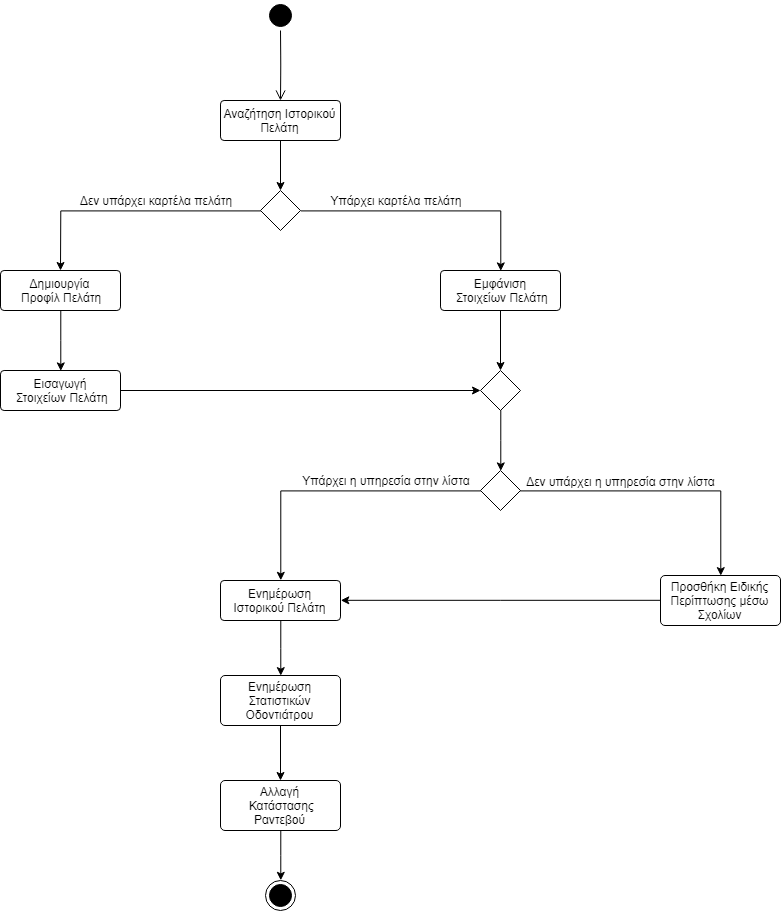
The draw.io diagram R2/uc1-activity-diagram.png in GeorgeFotopoulos/Dentist-App, before a commit. Source tidied: cells renumbered, new cells last; positions are measured from the earlier drawing's top-left corner, leaving out a move shared by most shapes. Source of this version:
```xml
<mxGraphModel>
  <root>
    <mxCell id="0" />
    <mxCell id="1" parent="0" />
    <mxCell id="2" style="ellipse;html=1;shape=startState;fillColor=#000000;strokeColor=#000000;" parent="1" vertex="1">
      <mxGeometry x="265" width="30" height="30" as="geometry" />
    </mxCell>
    <mxCell id="3" style="edgeStyle=orthogonalEdgeStyle;html=1;verticalAlign=bottom;endArrow=open;endSize=8;strokeColor=#000000;" parent="1" edge="1" source="2">
      <mxGeometry relative="1" as="geometry">
        <mxPoint x="280" y="100" as="targetPoint" />
      </mxGeometry>
    </mxCell>
    <mxCell id="4" style="edgeStyle=orthogonalEdgeStyle;rounded=0;jettySize=auto;html=1;exitX=0;exitY=0.5;exitDx=0;exitDy=0;strokeColor=#000000;" parent="1" edge="1" source="6">
      <mxGeometry relative="1" as="geometry">
        <mxPoint x="60" y="270" as="targetPoint" />
      </mxGeometry>
    </mxCell>
    <mxCell id="5" style="edgeStyle=orthogonalEdgeStyle;rounded=0;jettySize=auto;html=1;exitX=1;exitY=0.5;exitDx=0;exitDy=0;strokeColor=#000000;" parent="1" edge="1" source="6">
      <mxGeometry relative="1" as="geometry">
        <mxPoint x="500" y="270" as="targetPoint" />
        <Array as="points">
          <mxPoint x="500" y="210" />
          <mxPoint x="500" y="270" />
        </Array>
      </mxGeometry>
    </mxCell>
    <mxCell id="6" style="rhombus;whiteSpace=wrap;html=1;strokeColor=#000000;" parent="1" vertex="1">
      <mxGeometry x="260" y="190" width="40" height="40" as="geometry" />
    </mxCell>
    <mxCell id="7" value="Δεν υπάρχει καρτέλα πελάτη" style="text;html=1;strokeColor=none;fillColor=none;align=center;verticalAlign=middle;whiteSpace=wrap;rounded=0;" parent="1" vertex="1">
      <mxGeometry x="60" y="190" width="190" height="20" as="geometry" />
    </mxCell>
    <mxCell id="8" value="Υπάρχει καρτέλα πελάτη" style="text;html=1;strokeColor=none;fillColor=none;align=center;verticalAlign=middle;whiteSpace=wrap;rounded=0;" parent="1" vertex="1">
      <mxGeometry x="300" y="190" width="190" height="20" as="geometry" />
    </mxCell>
    <mxCell id="9" style="edgeStyle=orthogonalEdgeStyle;rounded=0;jettySize=auto;html=1;strokeColor=#000000;" parent="1" edge="1" source="10" target="6">
      <mxGeometry relative="1" as="geometry" />
    </mxCell>
    <mxCell id="10" value="Αναζήτηση Ιστορικού Πελάτη" style="rounded=1;whiteSpace=wrap;html=1;strokeColor=#000000;arcSize=9;" parent="1" vertex="1">
      <mxGeometry x="220" y="100" width="120" height="40" as="geometry" />
    </mxCell>
    <mxCell id="11" style="edgeStyle=orthogonalEdgeStyle;rounded=0;jettySize=auto;html=1;strokeColor=#000000;" parent="1" edge="1" source="12">
      <mxGeometry relative="1" as="geometry">
        <mxPoint x="500" y="370" as="targetPoint" />
      </mxGeometry>
    </mxCell>
    <mxCell id="12" value="Εμφάνιση&lt;br&gt;&amp;nbsp;Στοιχείων Πελάτη" style="rounded=1;whiteSpace=wrap;html=1;strokeColor=#000000;arcSize=9;" parent="1" vertex="1">
      <mxGeometry x="440" y="270" width="120" height="40" as="geometry" />
    </mxCell>
    <mxCell id="13" style="edgeStyle=orthogonalEdgeStyle;rounded=0;jettySize=auto;html=1;strokeColor=#000000;exitX=0;exitY=0.5;exitDx=0;exitDy=0;entryX=0.5;entryY=0;entryDx=0;entryDy=0;" parent="1" edge="1" source="15" target="21">
      <mxGeometry relative="1" as="geometry">
        <Array as="points">
          <mxPoint x="280" y="490" />
        </Array>
      </mxGeometry>
    </mxCell>
    <mxCell id="14" style="edgeStyle=orthogonalEdgeStyle;rounded=0;jettySize=auto;html=1;strokeColor=#000000;entryX=0.5;entryY=0;entryDx=0;entryDy=0;" parent="1" edge="1" source="15" target="19">
      <mxGeometry relative="1" as="geometry" />
    </mxCell>
    <mxCell id="15" style="rhombus;whiteSpace=wrap;html=1;strokeColor=#000000;" parent="1" vertex="1">
      <mxGeometry x="480" y="470" width="40" height="40" as="geometry" />
    </mxCell>
    <mxCell id="16" value="Υπάρχει η υπηρεσία στην λίστα" style="text;html=1;strokeColor=none;fillColor=none;align=center;verticalAlign=middle;whiteSpace=wrap;rounded=0;" parent="1" vertex="1">
      <mxGeometry x="295" y="470" width="180" height="20" as="geometry" />
    </mxCell>
    <mxCell id="17" value="Δεν υπάρχει η υπηρεσία στην λίστα" style="text;html=1;strokeColor=none;fillColor=none;align=center;verticalAlign=middle;whiteSpace=wrap;rounded=0;" parent="1" vertex="1">
      <mxGeometry x="520" y="480" width="200" as="geometry" />
    </mxCell>
    <mxCell id="18" style="edgeStyle=orthogonalEdgeStyle;rounded=0;jettySize=auto;html=1;strokeColor=#000000;entryX=1;entryY=0.5;entryDx=0;entryDy=0;" parent="1" edge="1" source="19" target="21">
      <mxGeometry relative="1" as="geometry" />
    </mxCell>
    <mxCell id="19" value="Προσθήκη Ειδικής Περίπτωσης μέσω Σχολίων" style="rounded=1;whiteSpace=wrap;html=1;strokeColor=#000000;arcSize=9;" parent="1" vertex="1">
      <mxGeometry x="660" y="575" width="120" height="50" as="geometry" />
    </mxCell>
    <mxCell id="20" style="edgeStyle=orthogonalEdgeStyle;rounded=0;jettySize=auto;html=1;entryX=0.5;entryY=0;entryDx=0;entryDy=0;strokeColor=#000000;" parent="1" edge="1" source="21" target="23">
      <mxGeometry relative="1" as="geometry" />
    </mxCell>
    <mxCell id="21" value="Ενημέρωση Ιστορικού Πελάτη" style="rounded=1;whiteSpace=wrap;html=1;strokeColor=#000000;arcSize=9;" parent="1" vertex="1">
      <mxGeometry x="220" y="580" width="120" height="40" as="geometry" />
    </mxCell>
    <mxCell id="22" style="edgeStyle=orthogonalEdgeStyle;rounded=0;jettySize=auto;html=1;strokeColor=#000000;" parent="1" edge="1" source="23">
      <mxGeometry relative="1" as="geometry">
        <mxPoint x="280" y="780" as="targetPoint" />
      </mxGeometry>
    </mxCell>
    <mxCell id="23" value="Ενημέρωση Στατιστικών Οδοντιάτρου" style="rounded=1;whiteSpace=wrap;html=1;strokeColor=#000000;arcSize=9;" parent="1" vertex="1">
      <mxGeometry x="220" y="675" width="120" height="50" as="geometry" />
    </mxCell>
    <mxCell id="24" style="edgeStyle=orthogonalEdgeStyle;rounded=0;jettySize=auto;html=1;entryX=0.5;entryY=0;entryDx=0;entryDy=0;strokeColor=#000000;" parent="1" edge="1" source="25" target="27">
      <mxGeometry relative="1" as="geometry" />
    </mxCell>
    <mxCell id="25" value="Δημιουργία&lt;br&gt;&amp;nbsp;Προφίλ Πελάτη" style="rounded=1;whiteSpace=wrap;html=1;strokeColor=#000000;arcSize=9;" parent="1" vertex="1">
      <mxGeometry y="270" width="120" height="40" as="geometry" />
    </mxCell>
    <mxCell id="26" style="edgeStyle=orthogonalEdgeStyle;rounded=0;jettySize=auto;html=1;strokeColor=#000000;" parent="1" edge="1" source="27">
      <mxGeometry relative="1" as="geometry">
        <mxPoint x="480" y="390" as="targetPoint" />
      </mxGeometry>
    </mxCell>
    <mxCell id="27" value="Εισαγωγή&lt;br&gt;&amp;nbsp;Στοιχείων Πελάτη" style="rounded=1;whiteSpace=wrap;html=1;strokeColor=#000000;arcSize=9;" parent="1" vertex="1">
      <mxGeometry y="370" width="120" height="40" as="geometry" />
    </mxCell>
    <mxCell id="28" style="edgeStyle=orthogonalEdgeStyle;rounded=0;jettySize=auto;html=1;strokeColor=#000000;entryX=0.5;entryY=0;entryDx=0;entryDy=0;" parent="1" edge="1" source="29" target="30">
      <mxGeometry relative="1" as="geometry" />
    </mxCell>
    <mxCell id="29" value="Αλλαγή&lt;br&gt;&amp;nbsp;Κατάστασης Ραντεβού" style="rounded=1;whiteSpace=wrap;html=1;strokeColor=#000000;arcSize=9;" parent="1" vertex="1">
      <mxGeometry x="220" y="780" width="120" height="50" as="geometry" />
    </mxCell>
    <mxCell id="30" style="ellipse;html=1;shape=endState;fillColor=#000000;strokeColor=#000000;" parent="1" vertex="1">
      <mxGeometry x="265" y="880" width="30" height="30" as="geometry" />
    </mxCell>
    <mxCell id="31" style="edgeStyle=orthogonalEdgeStyle;rounded=0;jettySize=auto;html=1;entryX=0.5;entryY=0;entryDx=0;entryDy=0;strokeColor=#000000;" parent="1" edge="1" source="32" target="15">
      <mxGeometry relative="1" as="geometry" />
    </mxCell>
    <mxCell id="32" style="rhombus;whiteSpace=wrap;html=1;strokeColor=#000000;" parent="1" vertex="1">
      <mxGeometry x="480" y="370" width="40" height="40" as="geometry" />
    </mxCell>
  </root>
</mxGraphModel>
```
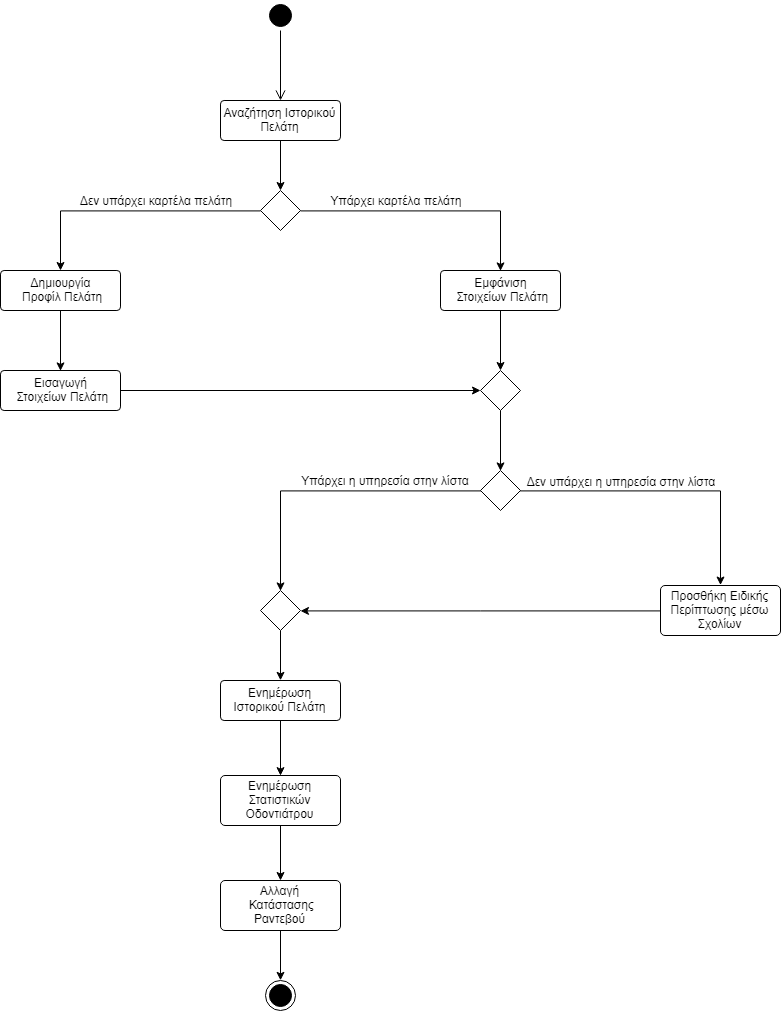
Later version of the same file.

Commit message:
UC1 Activity Diagram Changed

Diff of the diagram source:
```diff
@@ -47,8 +47,9 @@
     <mxCell id="12" value="Εμφάνιση&lt;br&gt;&amp;nbsp;Στοιχείων Πελάτη" style="rounded=1;whiteSpace=wrap;html=1;strokeColor=#000000;arcSize=9;" parent="1" vertex="1">
       <mxGeometry x="440" y="270" width="120" height="40" as="geometry" />
     </mxCell>
-    <mxCell id="13" style="edgeStyle=orthogonalEdgeStyle;rounded=0;jettySize=auto;html=1;strokeColor=#000000;exitX=0;exitY=0.5;exitDx=0;exitDy=0;entryX=0.5;entryY=0;entryDx=0;entryDy=0;" parent="1" edge="1" source="15" target="21">
+    <mxCell id="13" style="edgeStyle=orthogonalEdgeStyle;rounded=0;jettySize=auto;html=1;strokeColor=#000000;" parent="1" edge="1" source="15">
       <mxGeometry relative="1" as="geometry">
+        <mxPoint x="280" y="590" as="targetPoint" />
         <Array as="points">
           <mxPoint x="280" y="490" />
         </Array>
@@ -66,25 +67,25 @@
     <mxCell id="17" value="Δεν υπάρχει η υπηρεσία στην λίστα" style="text;html=1;strokeColor=none;fillColor=none;align=center;verticalAlign=middle;whiteSpace=wrap;rounded=0;" parent="1" vertex="1">
       <mxGeometry x="520" y="480" width="200" as="geometry" />
     </mxCell>
-    <mxCell id="18" style="edgeStyle=orthogonalEdgeStyle;rounded=0;jettySize=auto;html=1;strokeColor=#000000;entryX=1;entryY=0.5;entryDx=0;entryDy=0;" parent="1" edge="1" source="19" target="21">
+    <mxCell id="18" style="edgeStyle=orthogonalEdgeStyle;rounded=0;jettySize=auto;html=1;strokeColor=#000000;entryX=1;entryY=0.5;entryDx=0;entryDy=0;" parent="1" edge="1" source="19" target="34">
       <mxGeometry relative="1" as="geometry" />
     </mxCell>
     <mxCell id="19" value="Προσθήκη Ειδικής Περίπτωσης μέσω Σχολίων" style="rounded=1;whiteSpace=wrap;html=1;strokeColor=#000000;arcSize=9;" parent="1" vertex="1">
-      <mxGeometry x="660" y="575" width="120" height="50" as="geometry" />
+      <mxGeometry x="660" y="585" width="120" height="50" as="geometry" />
     </mxCell>
     <mxCell id="20" style="edgeStyle=orthogonalEdgeStyle;rounded=0;jettySize=auto;html=1;entryX=0.5;entryY=0;entryDx=0;entryDy=0;strokeColor=#000000;" parent="1" edge="1" source="21" target="23">
       <mxGeometry relative="1" as="geometry" />
     </mxCell>
     <mxCell id="21" value="Ενημέρωση Ιστορικού Πελάτη" style="rounded=1;whiteSpace=wrap;html=1;strokeColor=#000000;arcSize=9;" parent="1" vertex="1">
-      <mxGeometry x="220" y="580" width="120" height="40" as="geometry" />
+      <mxGeometry x="220" y="680" width="120" height="40" as="geometry" />
     </mxCell>
     <mxCell id="22" style="edgeStyle=orthogonalEdgeStyle;rounded=0;jettySize=auto;html=1;strokeColor=#000000;" parent="1" edge="1" source="23">
       <mxGeometry relative="1" as="geometry">
-        <mxPoint x="280" y="780" as="targetPoint" />
+        <mxPoint x="280" y="880" as="targetPoint" />
       </mxGeometry>
     </mxCell>
     <mxCell id="23" value="Ενημέρωση Στατιστικών Οδοντιάτρου" style="rounded=1;whiteSpace=wrap;html=1;strokeColor=#000000;arcSize=9;" parent="1" vertex="1">
-      <mxGeometry x="220" y="675" width="120" height="50" as="geometry" />
+      <mxGeometry x="220" y="775" width="120" height="50" as="geometry" />
     </mxCell>
     <mxCell id="24" style="edgeStyle=orthogonalEdgeStyle;rounded=0;jettySize=auto;html=1;entryX=0.5;entryY=0;entryDx=0;entryDy=0;strokeColor=#000000;" parent="1" edge="1" source="25" target="27">
       <mxGeometry relative="1" as="geometry" />
@@ -104,10 +105,10 @@
       <mxGeometry relative="1" as="geometry" />
     </mxCell>
     <mxCell id="29" value="Αλλαγή&lt;br&gt;&amp;nbsp;Κατάστασης Ραντεβού" style="rounded=1;whiteSpace=wrap;html=1;strokeColor=#000000;arcSize=9;" parent="1" vertex="1">
-      <mxGeometry x="220" y="780" width="120" height="50" as="geometry" />
+      <mxGeometry x="220" y="880" width="120" height="50" as="geometry" />
     </mxCell>
     <mxCell id="30" style="ellipse;html=1;shape=endState;fillColor=#000000;strokeColor=#000000;" parent="1" vertex="1">
-      <mxGeometry x="265" y="880" width="30" height="30" as="geometry" />
+      <mxGeometry x="265" y="980" width="30" height="30" as="geometry" />
     </mxCell>
     <mxCell id="31" style="edgeStyle=orthogonalEdgeStyle;rounded=0;jettySize=auto;html=1;entryX=0.5;entryY=0;entryDx=0;entryDy=0;strokeColor=#000000;" parent="1" edge="1" source="32" target="15">
       <mxGeometry relative="1" as="geometry" />
@@ -115,5 +116,11 @@
     <mxCell id="32" style="rhombus;whiteSpace=wrap;html=1;strokeColor=#000000;" parent="1" vertex="1">
       <mxGeometry x="480" y="370" width="40" height="40" as="geometry" />
     </mxCell>
+    <mxCell id="33" style="edgeStyle=orthogonalEdgeStyle;rounded=0;jettySize=auto;html=1;entryX=0.5;entryY=0;entryDx=0;entryDy=0;" parent="1" edge="1" source="34" target="21">
+      <mxGeometry relative="1" as="geometry" />
+    </mxCell>
+    <mxCell id="34" style="rhombus;whiteSpace=wrap;html=1;strokeColor=#000000;" parent="1" vertex="1">
+      <mxGeometry x="260" y="590" width="40" height="40" as="geometry" />
+    </mxCell>
   </root>
 </mxGraphModel>
```
